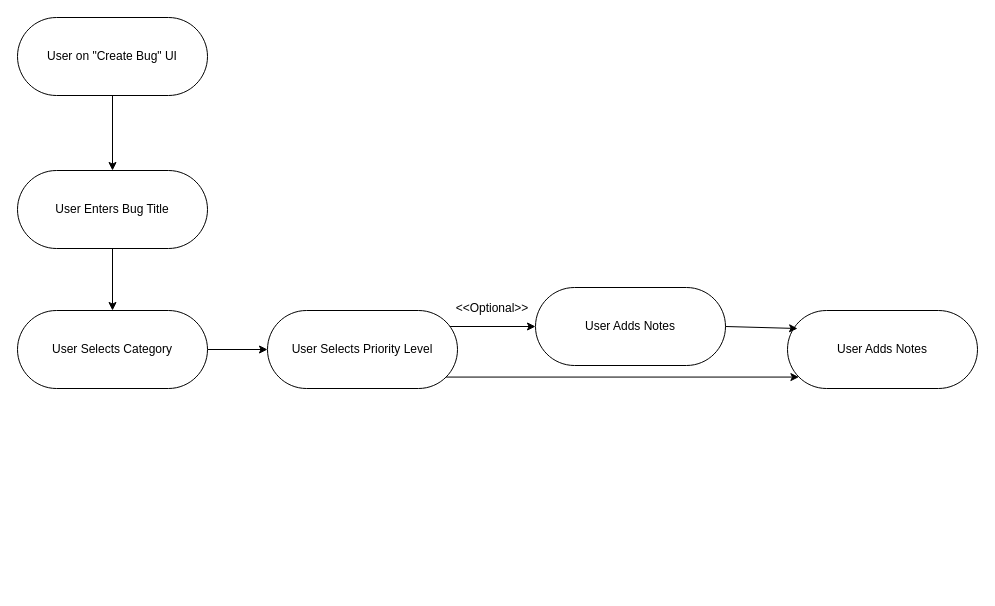
ConradCJM/Bug-Terra keeps this draw.io diagram as UML-Diagrams/Bug-Report-System/Activity-Diagram.drawio. Above is the earlier version. Source tidied: cells renumbered, new cells numbered last; positions are measured from the earlier drawing's top-left corner, leaving out a move shared by most shapes. Both pictures are drawn from the tidied source at 100%, with x=0, y=0 at pixel (17, 17).
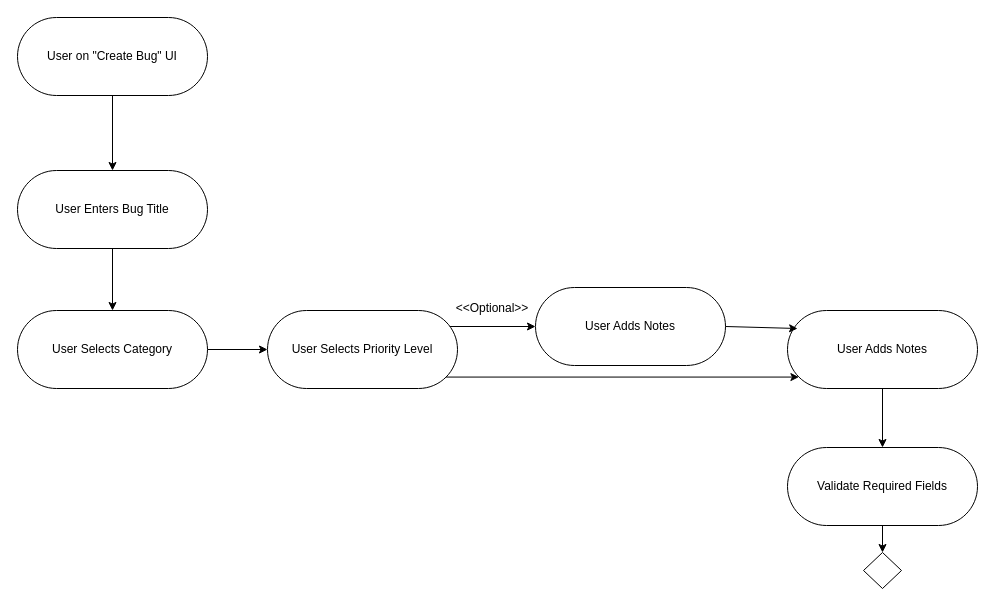
After the change.

The change refers to these unchanged cells:
```xml
<mxCell id="13" value="User Adds Notes" style="html=1;dashed=0;whiteSpace=wrap;shape=mxgraph.dfd.start;" parent="1" vertex="1">
  <mxGeometry x="770" y="293" width="190" height="78" as="geometry" />
</mxCell>
```

The edit, as a diff of the source:
```diff
@@
+    <mxCell id="15" value="Validate Required Fields" style="html=1;dashed=0;whiteSpace=wrap;shape=mxgraph.dfd.start;" parent="1" vertex="1">
+      <mxGeometry x="770" y="430" width="190" height="78" as="geometry" />
+    </mxCell>
+    <mxCell id="16" style="edgeStyle=none;jettySize=auto;html=1;rounded=0;exitX=0.5;exitY=0.5;exitDx=0;exitDy=39;exitPerimeter=0;entryX=0.5;entryY=0.5;entryDx=0;entryDy=-39;entryPerimeter=0;" parent="1" edge="1" source="13" target="15">
+      <mxGeometry relative="1" as="geometry" />
+    </mxCell>
+    <mxCell id="17" style="rhombus;whiteSpace=wrap;html=1;" parent="1" vertex="1">
+      <mxGeometry x="846" y="535" width="38" height="36" as="geometry" />
+    </mxCell>
+    <mxCell id="18" style="edgeStyle=none;jettySize=auto;html=1;rounded=0;exitX=0.5;exitY=0.5;exitDx=0;exitDy=39;exitPerimeter=0;entryX=0.5;entryY=0;entryDx=0;entryDy=0;" parent="1" edge="1" source="15" target="17">
+      <mxGeometry relative="1" as="geometry" />
+    </mxCell>
```
